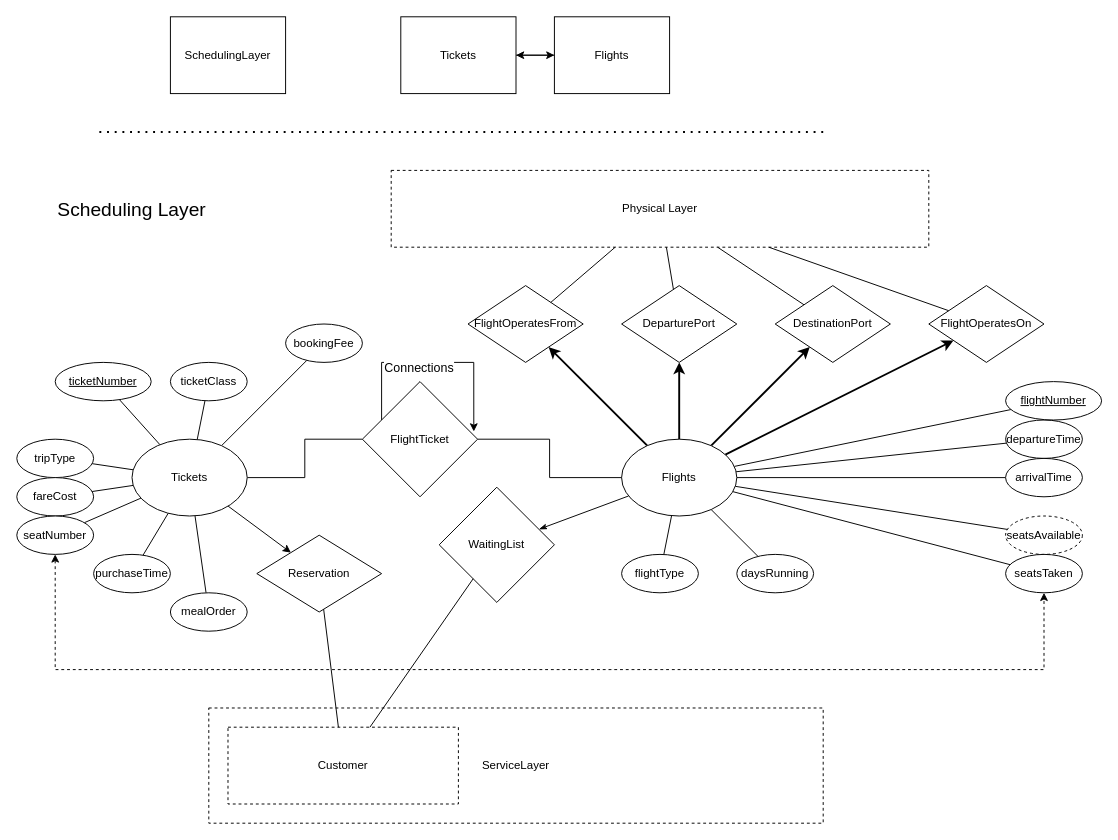
Before: page "SchedulingLayer" (4 of 5) of ERDiagram.drawio in kyle4036/DatabaseManagement2026Project1, a draw.io diagram. Source tidied: cells renumbered, new cells numbered last; positions are measured from the earlier drawing's top-left corner, leaving out a move shared by most shapes. Both pictures are drawn from the tidied source at 96%, with x=0, y=0 at pixel (16, 16).
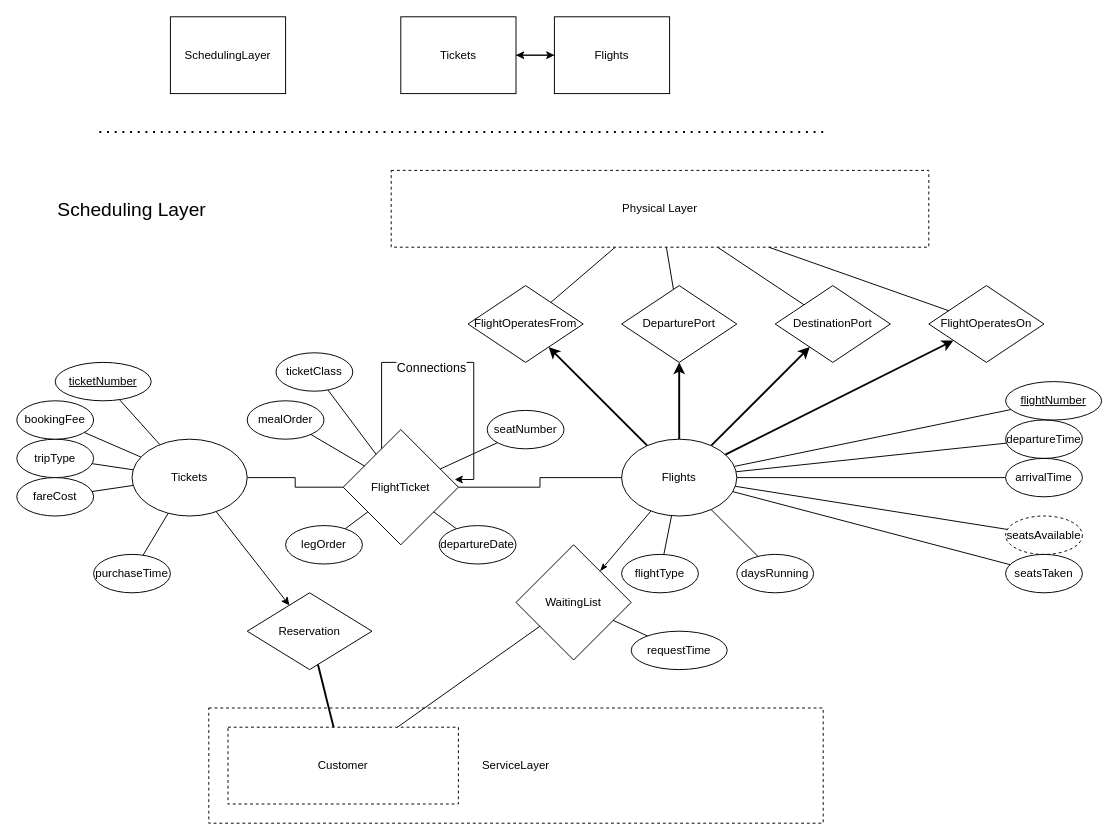
After the change.

The change refers to these unchanged cells:
```xml
<mxCell id="31" value="Tickets" style="ellipse;whiteSpace=wrap;html=1;" parent="1" vertex="1">
  <mxGeometry x="120" y="440" width="120" height="80" as="geometry" />
</mxCell>
<mxCell id="47" value="seatsTaken" style="ellipse;whiteSpace=wrap;html=1;" parent="1" vertex="1">
  <mxGeometry x="1030" y="560" width="80" height="40" as="geometry" />
</mxCell>
<mxCell id="59" value="Customer" style="rounded=0;whiteSpace=wrap;html=1;dashed=1;" parent="57" vertex="1">
  <mxGeometry x="20" y="20" width="240" height="80" as="geometry" />
</mxCell>
```

Diff of the diagram source:
```diff
@@
-    <mxCell id="26" style="rounded=0;jettySize=auto;html=1;endArrow=none;endFill=0;" parent="1" edge="1" source="31" target="62">
-      <mxGeometry relative="1" as="geometry" />
-    </mxCell>
@@
-    <mxCell id="28" style="rounded=0;jettySize=auto;html=1;endArrow=none;endFill=0;" parent="1" edge="1" source="31" target="64">
-      <mxGeometry relative="1" as="geometry" />
-    </mxCell>
-    <mxCell id="29" style="rounded=0;jettySize=auto;html=1;endArrow=none;endFill=0;" parent="1" edge="1" source="31" target="65">
-      <mxGeometry relative="1" as="geometry" />
-    </mxCell>
@@
     <mxCell id="45" value="FlightTicket" style="rhombus;whiteSpace=wrap;html=1;" parent="1" vertex="1">
-      <mxGeometry x="360" y="380" width="120" height="120" as="geometry" />
+      <mxGeometry x="340" y="430" width="120" height="120" as="geometry" />
     </mxCell>
@@
     <mxCell id="48" value="WaitingList" style="rhombus;whiteSpace=wrap;html=1;" parent="1" vertex="1">
-      <mxGeometry x="440" y="490" width="120" height="120" as="geometry" />
+      <mxGeometry x="520" y="550" width="120" height="120" as="geometry" />
     </mxCell>
@@
-    <mxCell id="61" style="edgeStyle=orthogonalEdgeStyle;rounded=0;jettySize=auto;html=1;dashed=1;startArrow=classic;startFill=1;" parent="1" edge="1" source="62" target="47">
-      <mxGeometry relative="1" as="geometry">
-        <Array as="points">
-          <mxPoint x="40" y="680" />
-          <mxPoint x="1070" y="680" />
-        </Array>
-      </mxGeometry>
-    </mxCell>
-    <mxCell id="62" value="seatNumber" style="ellipse;whiteSpace=wrap;html=1;" parent="1" vertex="1">
-      <mxGeometry y="520" width="80" height="40" as="geometry" />
-    </mxCell>
@@
-    <mxCell id="64" value="ticketClass" style="ellipse;whiteSpace=wrap;html=1;" parent="1" vertex="1">
-      <mxGeometry x="160" y="360" width="80" height="40" as="geometry" />
-    </mxCell>
-    <mxCell id="65" value="mealOrder" style="ellipse;whiteSpace=wrap;html=1;" parent="1" vertex="1">
-      <mxGeometry x="160" y="600" width="80" height="40" as="geometry" />
-    </mxCell>
     <mxCell id="66" value="bookingFee" style="ellipse;whiteSpace=wrap;html=1;" parent="1" vertex="1">
-      <mxGeometry x="280" y="320" width="80" height="40" as="geometry" />
+      <mxGeometry y="400" width="80" height="40" as="geometry" />
     </mxCell>
@@
     <mxCell id="68" value="Reservation" style="rhombus;whiteSpace=wrap;html=1;" parent="1" vertex="1">
-      <mxGeometry x="250" y="540" width="130" height="80" as="geometry" />
+      <mxGeometry x="240" y="600" width="130" height="80" as="geometry" />
     </mxCell>
-    <mxCell id="69" style="rounded=0;jettySize=auto;html=1;endArrow=none;endFill=0;startArrow=none;startFill=0;" parent="1" edge="1" source="59" target="68">
+    <mxCell id="69" style="rounded=0;jettySize=auto;html=1;endArrow=none;endFill=0;startArrow=none;startFill=0;strokeWidth=2;" parent="1" edge="1" source="59" target="68">
       <mxGeometry relative="1" as="geometry" />
     </mxCell>
+    <mxCell id="70" style="rounded=0;jettySize=auto;html=1;endArrow=none;endFill=0;" parent="1" edge="1" source="62" target="45">
+      <mxGeometry relative="1" as="geometry" />
+    </mxCell>
+    <mxCell id="62" value="seatNumber" style="ellipse;whiteSpace=wrap;html=1;" parent="1" vertex="1">
+      <mxGeometry x="490" y="410" width="80" height="40" as="geometry" />
+    </mxCell>
+    <mxCell id="71" style="rounded=0;jettySize=auto;html=1;endArrow=none;endFill=0;" parent="1" edge="1" source="64" target="45">
+      <mxGeometry relative="1" as="geometry" />
+    </mxCell>
+    <mxCell id="64" value="ticketClass" style="ellipse;whiteSpace=wrap;html=1;" parent="1" vertex="1">
+      <mxGeometry x="270" y="350" width="80" height="40" as="geometry" />
+    </mxCell>
+    <mxCell id="72" style="rounded=0;jettySize=auto;html=1;endArrow=none;endFill=0;" parent="1" edge="1" source="65" target="45">
+      <mxGeometry relative="1" as="geometry" />
+    </mxCell>
+    <mxCell id="65" value="mealOrder" style="ellipse;whiteSpace=wrap;html=1;" parent="1" vertex="1">
+      <mxGeometry x="240" y="400" width="80" height="40" as="geometry" />
+    </mxCell>
+    <mxCell id="73" style="rounded=0;jettySize=auto;html=1;endArrow=none;endFill=0;" parent="1" edge="1" source="74" target="45">
+      <mxGeometry relative="1" as="geometry" />
+    </mxCell>
+    <mxCell id="74" value="legOrder" style="ellipse;whiteSpace=wrap;html=1;" parent="1" vertex="1">
+      <mxGeometry x="280" y="530" width="80" height="40" as="geometry" />
+    </mxCell>
+    <mxCell id="75" style="rounded=0;jettySize=auto;html=1;endArrow=none;endFill=0;" parent="1" edge="1" source="76" target="45">
+      <mxGeometry relative="1" as="geometry" />
+    </mxCell>
+    <mxCell id="76" value="departureDate" style="ellipse;whiteSpace=wrap;html=1;" parent="1" vertex="1">
+      <mxGeometry x="440" y="530" width="80" height="40" as="geometry" />
+    </mxCell>
+    <mxCell id="77" style="rounded=0;jettySize=auto;html=1;endArrow=none;endFill=0;" parent="1" edge="1" source="78" target="48">
+      <mxGeometry relative="1" as="geometry" />
+    </mxCell>
+    <mxCell id="78" value="requestTime" style="ellipse;whiteSpace=wrap;html=1;align=center;fontStyle=0;" parent="1" vertex="1">
+      <mxGeometry x="640" y="640" width="100" height="40" as="geometry" />
+    </mxCell>
```
